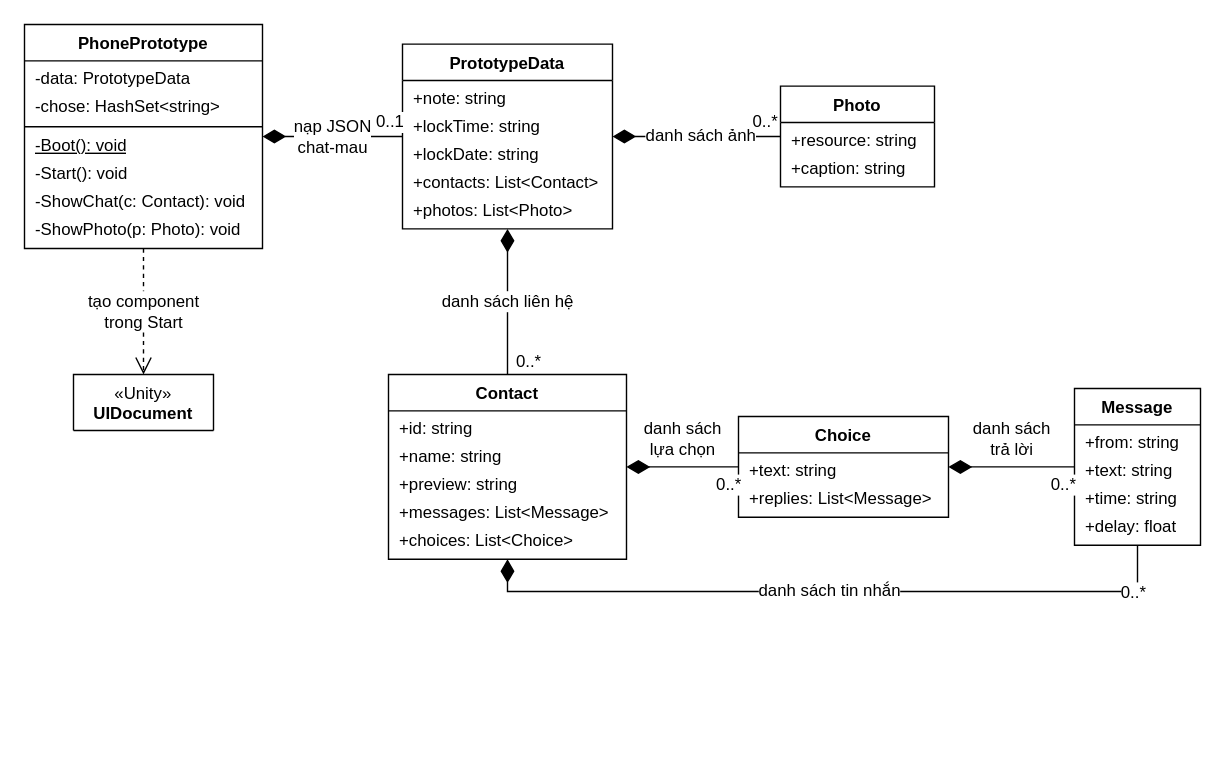
The draw.io diagram page "Prototype trong SampleScene" (9 of 10) of docs/thiet-ke/lop-game/luoc-do-lop-game.drawio in qivarnq3g/3-gio-12, before the edit. Source tidied: cells renumbered, new cells numbered last; positions are measured from the earlier drawing's top-left corner, leaving out a move shared by most shapes. Both pictures are drawn from the tidied source at 140%, with x=0, y=0 at pixel (24, 24).
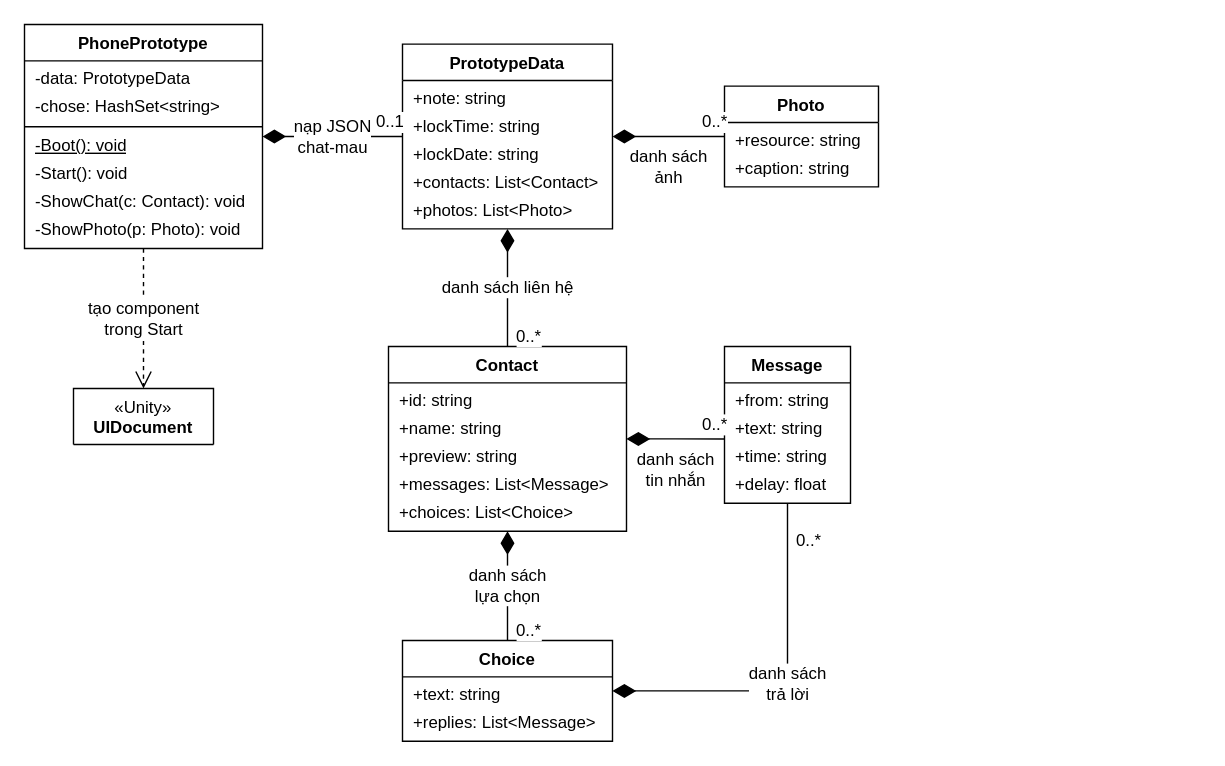
Above is the later version.

The change refers to these unchanged cells:
```xml
<mxCell id="2" value="&lt;b&gt;PhonePrototype&lt;/b&gt;" style="swimlane;fontStyle=0;html=1;align=center;verticalAlign=top;horizontal=1;startSize=26;whiteSpace=wrap;fontFamily=Arial;fontSize=12;fillColor=#ffffff;swimlaneFillColor=#ffffff;" parent="1" vertex="1">
  <mxGeometry width="170" height="160" as="geometry" />
</mxCell>
<mxCell id="10" value="&lt;b&gt;PrototypeData&lt;/b&gt;" style="swimlane;fontStyle=0;html=1;align=center;verticalAlign=top;horizontal=1;startSize=26;whiteSpace=wrap;fontFamily=Arial;fontSize=12;fillColor=#ffffff;swimlaneFillColor=#ffffff;" parent="1" vertex="1">
  <mxGeometry x="270" y="14" width="150" height="132" as="geometry" />
</mxCell>
```

What changed in the source:
```diff
@@
     <mxCell id="16" value="&lt;b&gt;Photo&lt;/b&gt;" style="swimlane;fontStyle=0;html=1;align=center;verticalAlign=top;horizontal=1;startSize=26;whiteSpace=wrap;fontFamily=Arial;fontSize=12;fillColor=#ffffff;swimlaneFillColor=#ffffff;" parent="1" vertex="1">
-      <mxGeometry x="540" y="44" width="110" height="72" as="geometry" />
+      <mxGeometry x="500" y="44" width="110" height="72" as="geometry" />
     </mxCell>
@@
     <mxCell id="19" value="«Unity»&lt;br&gt;&lt;b&gt;UIDocument&lt;/b&gt;" style="swimlane;fontStyle=0;html=1;align=center;verticalAlign=top;horizontal=1;startSize=40;whiteSpace=wrap;fontFamily=Arial;fontSize=12;fillColor=#ffffff;swimlaneFillColor=#ffffff;" parent="1" vertex="1">
-      <mxGeometry x="35" y="250" width="100" height="40" as="geometry" />
+      <mxGeometry x="35" y="260" width="100" height="40" as="geometry" />
     </mxCell>
     <mxCell id="20" value="&lt;b&gt;Contact&lt;/b&gt;" style="swimlane;fontStyle=0;html=1;align=center;verticalAlign=top;horizontal=1;startSize=26;whiteSpace=wrap;fontFamily=Arial;fontSize=12;fillColor=#ffffff;swimlaneFillColor=#ffffff;" parent="1" vertex="1">
-      <mxGeometry x="260" y="250" width="170" height="132" as="geometry" />
+      <mxGeometry x="260" y="230" width="170" height="132" as="geometry" />
     </mxCell>
@@
     <mxCell id="26" value="&lt;b&gt;Choice&lt;/b&gt;" style="swimlane;fontStyle=0;html=1;align=center;verticalAlign=top;horizontal=1;startSize=26;whiteSpace=wrap;fontFamily=Arial;fontSize=12;fillColor=#ffffff;swimlaneFillColor=#ffffff;" parent="1" vertex="1">
-      <mxGeometry x="510" y="280" width="150" height="72" as="geometry" />
+      <mxGeometry x="270" y="440" width="150" height="72" as="geometry" />
     </mxCell>
@@
     <mxCell id="29" value="&lt;b&gt;Message&lt;/b&gt;" style="swimlane;fontStyle=0;html=1;align=center;verticalAlign=top;horizontal=1;startSize=26;whiteSpace=wrap;fontFamily=Arial;fontSize=12;fillColor=#ffffff;swimlaneFillColor=#ffffff;" parent="1" vertex="1">
-      <mxGeometry x="750" y="260" width="90" height="112" as="geometry" />
+      <mxGeometry x="500" y="230" width="90" height="112" as="geometry" />
     </mxCell>
@@
-    <mxCell id="34" value="nạp JSON&lt;br&gt;chat-mau" style="html=1;fontFamily=Arial;startArrow=diamondThin;startFill=1;startSize=14;endArrow=none;edgeStyle=orthogonalEdgeStyle;rounded=0;fontSize=12;labelBackgroundColor=#ffffff;exitX=1;exitY=0.5;entryX=0;entryY=0.5;exitPerimeter=0;entryPerimeter=0;" parent="1" edge="1" source="2" target="10">
+    <mxCell id="34" value="nạp JSON&lt;br&gt;chat-mau" style="html=1;fontFamily=Arial;startArrow=diamondThin;startFill=1;startSize=14;endArrow=none;edgeStyle=orthogonalEdgeStyle;rounded=0;fontSize=12;labelBackgroundColor=#ffffff;exitX=1;exitY=0.5;entryX=0;entryY=0.5;" parent="1" edge="1" source="2" target="10">
       <mxGeometry relative="1" as="geometry" />
     </mxCell>
@@
-    <mxCell id="36" value="tạo component&lt;br&gt;trong Start" style="html=1;fontFamily=Arial;endArrow=open;endFill=0;endSize=10;dashed=1;edgeStyle=orthogonalEdgeStyle;rounded=0;fontSize=12;labelBackgroundColor=#ffffff;exitY=1;exitX=0.5;entryY=0;entryX=0.5;exitPerimeter=0;entryPerimeter=0;" parent="1" edge="1" source="2" target="19">
+    <mxCell id="36" value="tạo component&lt;br&gt;trong Start" style="html=1;fontFamily=Arial;endArrow=open;endFill=0;endSize=10;dashed=1;edgeStyle=orthogonalEdgeStyle;rounded=0;fontSize=12;labelBackgroundColor=#ffffff;exitX=0.5;exitY=1;entryX=0.5;entryY=0;" parent="1" edge="1" source="2" target="19">
       <mxGeometry relative="1" as="geometry" />
     </mxCell>
-    <mxCell id="37" value="danh sách liên hệ" style="html=1;fontFamily=Arial;startArrow=diamondThin;startFill=1;startSize=14;endArrow=none;edgeStyle=orthogonalEdgeStyle;rounded=0;fontSize=12;labelBackgroundColor=#ffffff;exitY=1;exitX=0.5;entryY=0;entryX=0.5;exitPerimeter=0;entryPerimeter=0;" parent="1" edge="1" source="10" target="20">
+    <mxCell id="37" value="danh sách liên hệ" style="html=1;fontFamily=Arial;startArrow=diamondThin;startFill=1;startSize=14;endArrow=none;edgeStyle=orthogonalEdgeStyle;rounded=0;fontSize=12;labelBackgroundColor=#ffffff;exitX=0.5;exitY=1;entryX=0.5;entryY=0;" parent="1" edge="1" source="10" target="20">
       <mxGeometry relative="1" as="geometry" />
     </mxCell>
@@
-    <mxCell id="39" value="danh sách ảnh" style="html=1;fontFamily=Arial;startArrow=diamondThin;startFill=1;startSize=14;endArrow=none;edgeStyle=orthogonalEdgeStyle;rounded=0;fontSize=12;labelBackgroundColor=#ffffff;exitX=1;exitY=0.5;entryX=0;entryY=0.5;exitPerimeter=0;entryPerimeter=0;" parent="1" edge="1" source="10" target="16">
-      <mxGeometry x="0.05" relative="1" as="geometry" />
+    <mxCell id="39" value="danh sách&lt;br&gt;ảnh" style="html=1;fontFamily=Arial;startArrow=diamondThin;startFill=1;startSize=14;endArrow=none;edgeStyle=orthogonalEdgeStyle;rounded=0;fontSize=12;labelBackgroundColor=#ffffff;exitX=1;exitY=0.5;entryX=0;entryY=0.5;" parent="1" edge="1" source="10" target="16">
+      <mxGeometry relative="1" as="geometry">
+        <mxPoint y="22" as="offset" />
+      </mxGeometry>
     </mxCell>
@@
-    <mxCell id="41" value="danh sách tin nhắn" style="html=1;fontFamily=Arial;startArrow=diamondThin;startFill=1;startSize=14;endArrow=none;edgeStyle=orthogonalEdgeStyle;rounded=0;fontSize=12;labelBackgroundColor=#ffffff;exitX=0.5;exitY=1;exitPerimeter=0;entryX=0.5;entryY=1;entryPerimeter=0;" parent="1" edge="1" source="20" target="29">
+    <mxCell id="41" value="danh sách&lt;br&gt;tin nhắn" style="html=1;fontFamily=Arial;startArrow=diamondThin;startFill=1;startSize=14;endArrow=none;edgeStyle=orthogonalEdgeStyle;rounded=0;fontSize=12;labelBackgroundColor=#ffffff;exitX=1;exitY=0.5;entryX=0;entryY=0.59;" parent="1" edge="1" source="20" target="29">
       <mxGeometry relative="1" as="geometry">
-        <Array as="points">
-          <mxPoint x="345" y="405" />
-          <mxPoint x="795" y="405" />
-        </Array>
+        <mxPoint y="22" as="offset" />
       </mxGeometry>
     </mxCell>
     <mxCell id="42" value="0..*" style="html=1;align=center;verticalAlign=middle;fontFamily=Arial;labelBackgroundColor=#ffffff;fontSize=12;" parent="41" vertex="1">
       <mxGeometry x="0.8" relative="1" as="geometry">
-        <mxPoint x="14" as="offset" />
+        <mxPoint y="-11" as="offset" />
       </mxGeometry>
     </mxCell>
-    <mxCell id="43" value="danh sách&lt;br&gt;lựa chọn" style="html=1;fontFamily=Arial;startArrow=diamondThin;startFill=1;startSize=14;endArrow=none;edgeStyle=orthogonalEdgeStyle;rounded=0;fontSize=12;labelBackgroundColor=#ffffff;exitX=1;exitY=0.5;entryX=0;entryY=0.5;exitPerimeter=0;entryPerimeter=0;" parent="1" edge="1" source="20" target="26">
-      <mxGeometry relative="1" as="geometry">
-        <mxPoint y="-20" as="offset" />
-      </mxGeometry>
+    <mxCell id="43" value="danh sách&lt;br&gt;lựa chọn" style="html=1;fontFamily=Arial;startArrow=diamondThin;startFill=1;startSize=14;endArrow=none;edgeStyle=orthogonalEdgeStyle;rounded=0;fontSize=12;labelBackgroundColor=#ffffff;exitX=0.5;exitY=1;entryX=0.5;entryY=0;" parent="1" edge="1" source="20" target="26">
+      <mxGeometry relative="1" as="geometry" />
     </mxCell>
     <mxCell id="44" value="0..*" style="html=1;align=center;verticalAlign=middle;fontFamily=Arial;labelBackgroundColor=#ffffff;fontSize=12;" parent="43" vertex="1">
       <mxGeometry x="0.8" relative="1" as="geometry">
-        <mxPoint y="12" as="offset" />
+        <mxPoint x="14" as="offset" />
       </mxGeometry>
     </mxCell>
-    <mxCell id="45" value="danh sách&lt;br&gt;trả lời" style="html=1;fontFamily=Arial;startArrow=diamondThin;startFill=1;startSize=14;endArrow=none;edgeStyle=orthogonalEdgeStyle;rounded=0;fontSize=12;labelBackgroundColor=#ffffff;exitX=1;exitY=0.5;entryX=0;entryY=0.5;exitPerimeter=0;entryPerimeter=0;" parent="1" edge="1" source="26" target="29">
-      <mxGeometry relative="1" as="geometry">
-        <mxPoint y="-20" as="offset" />
-      </mxGeometry>
+    <mxCell id="45" value="danh sách&lt;br&gt;trả lời" style="html=1;fontFamily=Arial;startArrow=diamondThin;startFill=1;startSize=14;endArrow=none;edgeStyle=orthogonalEdgeStyle;rounded=0;fontSize=12;labelBackgroundColor=#ffffff;exitX=1;exitY=0.5;entryX=0.5;entryY=1;" parent="1" edge="1" source="26" target="29">
+      <mxGeometry relative="1" as="geometry" />
     </mxCell>
     <mxCell id="46" value="0..*" style="html=1;align=center;verticalAlign=middle;fontFamily=Arial;labelBackgroundColor=#ffffff;fontSize=12;" parent="45" vertex="1">
       <mxGeometry x="0.8" relative="1" as="geometry">
-        <mxPoint y="12" as="offset" />
+        <mxPoint x="14" as="offset" />
       </mxGeometry>
     </mxCell>
```
